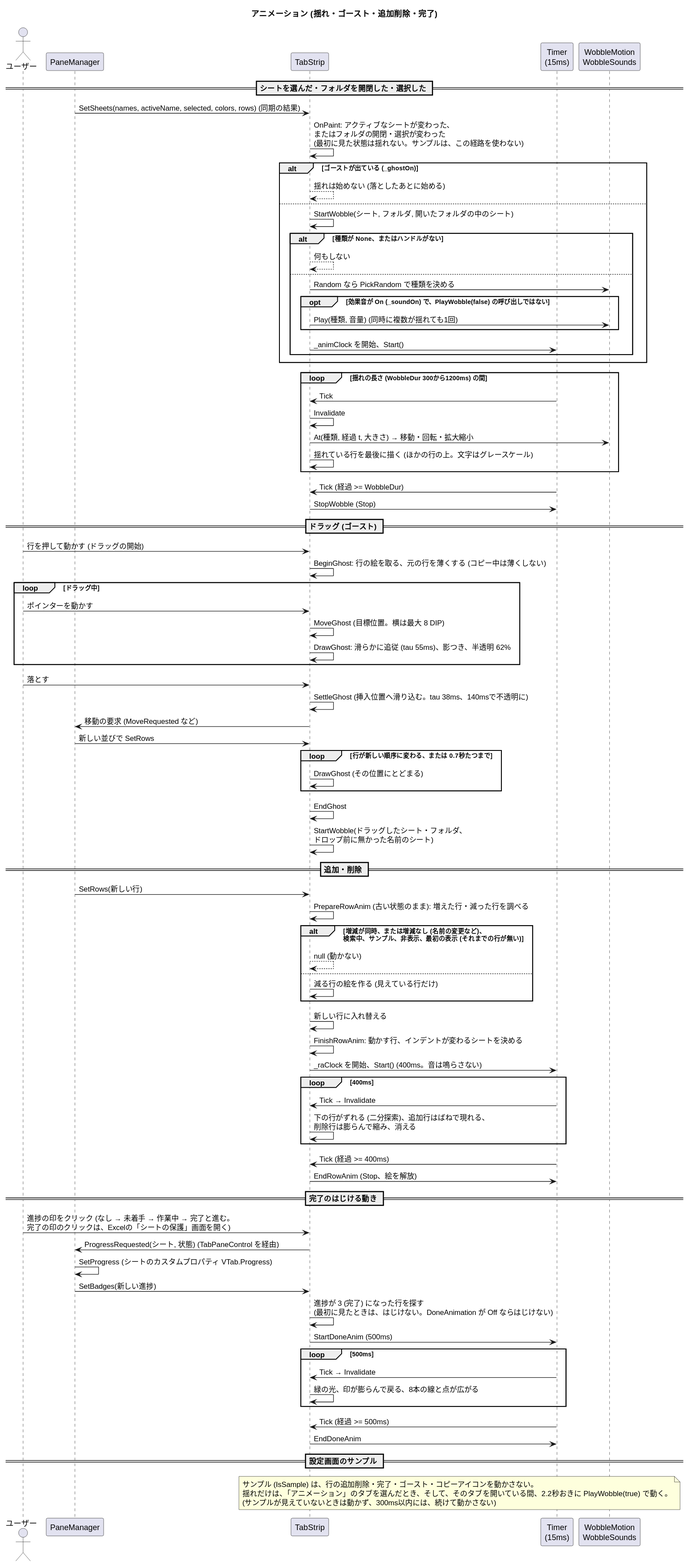
The PlantUML diagram docs/sequence-animation.svg in nk-taka623/VerticalSheetTabs, before a commit.
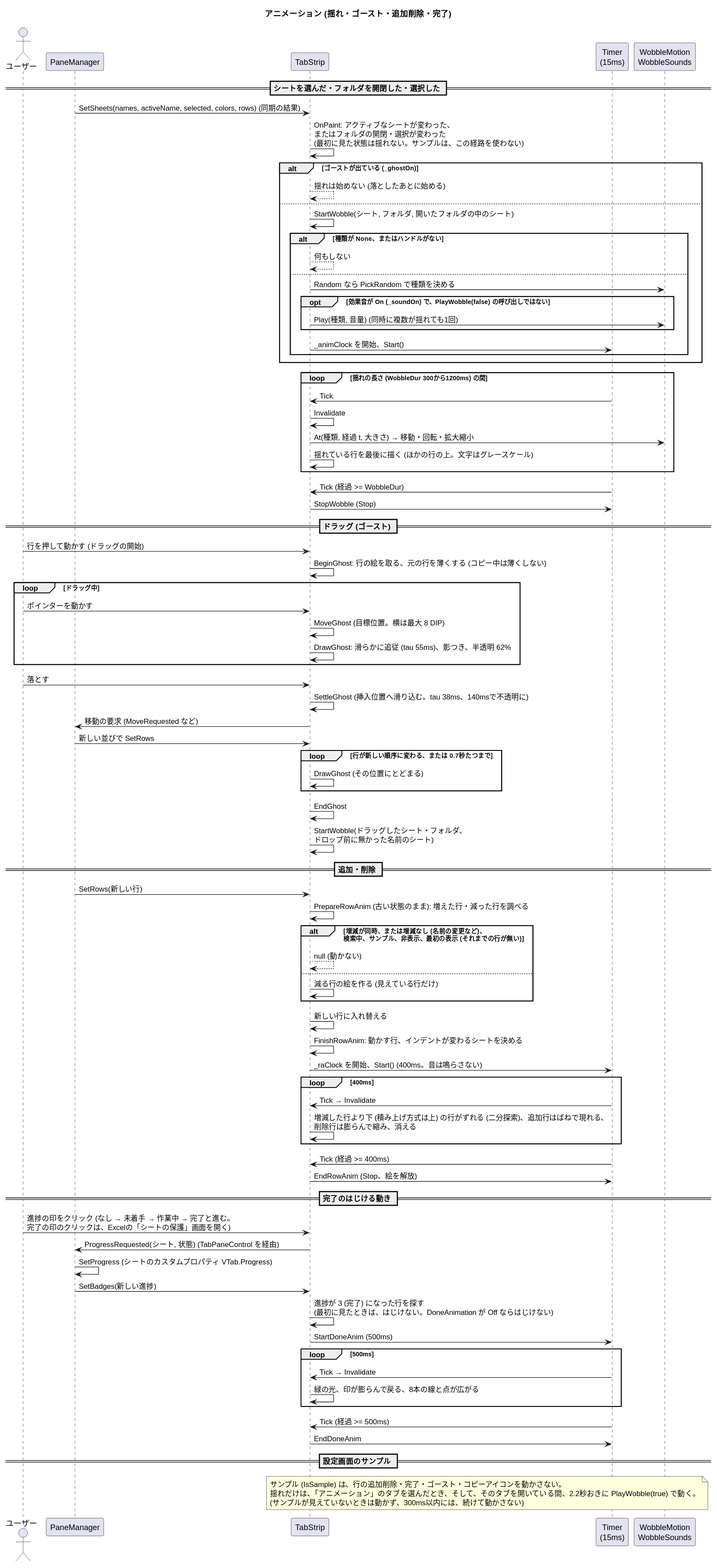
After the change.

Diff of the diagram source:
```diff
@@ -67,7 +67,7 @@
 S -> T : _raClock を開始、Start() (400ms。音は鳴らさない)
 loop 400ms
   T -> S : Tick → Invalidate
-  S -> S : 下の行がずれる (二分探索)、追加行はばねで現れる、\n削除行は膨らんで縮み、消える
+  S -> S : 増減した行より下 (積み上げ方式は上) の行がずれる (二分探索)、追加行はばねで現れる、\n削除行は膨らんで縮み、消える
 end
 T -> S : Tick (経過 >= 400ms)
 S -> T : EndRowAnim (Stop、絵を解放)
```
